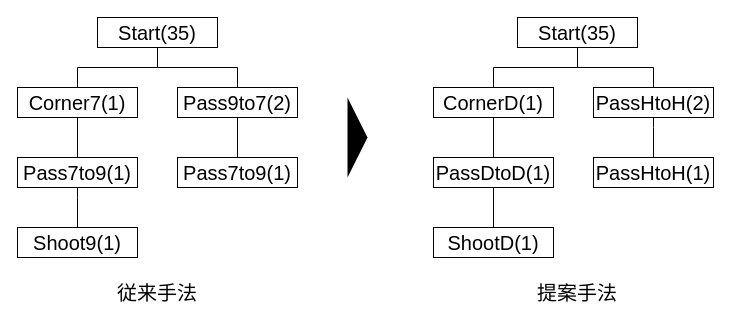
Earlier version of the draw.io diagram 4/result_a.drawio (SuperTikuwa/thesis-images). Source tidied: cells renumbered, new cells numbered last; positions are measured from the earlier drawing's top-left corner, leaving out a move shared by most shapes. Both pictures are drawn from the tidied source at 100%, with x=0, y=0 at pixel (17, 17).
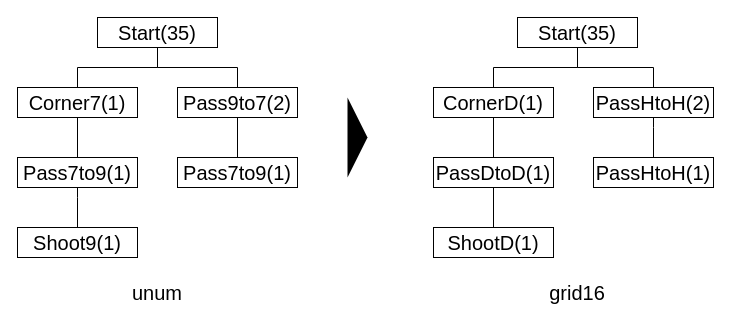
The same diagram, later.

Commit message:
result_a.drawio を更新します

Diff of the diagram source:
```diff
@@
-    <mxCell id="25" value="従来手法" style="text;html=1;strokeColor=none;fillColor=none;align=center;verticalAlign=middle;whiteSpace=wrap;rounded=0;fontSize=20;" parent="1" vertex="1">
+    <mxCell id="25" value="unum" style="text;html=1;strokeColor=none;fillColor=none;align=center;verticalAlign=middle;whiteSpace=wrap;rounded=0;fontSize=20;" parent="1" vertex="1">
       <mxGeometry x="60" y="260" width="160" height="30" as="geometry" />
     </mxCell>
-    <mxCell id="26" value="提案手法" style="text;html=1;strokeColor=none;fillColor=none;align=center;verticalAlign=middle;whiteSpace=wrap;rounded=0;fontSize=20;" parent="1" vertex="1">
+    <mxCell id="26" value="grid16" style="text;html=1;strokeColor=none;fillColor=none;align=center;verticalAlign=middle;whiteSpace=wrap;rounded=0;fontSize=20;" parent="1" vertex="1">
       <mxGeometry x="480" y="260" width="160" height="30" as="geometry" />
     </mxCell>
```
